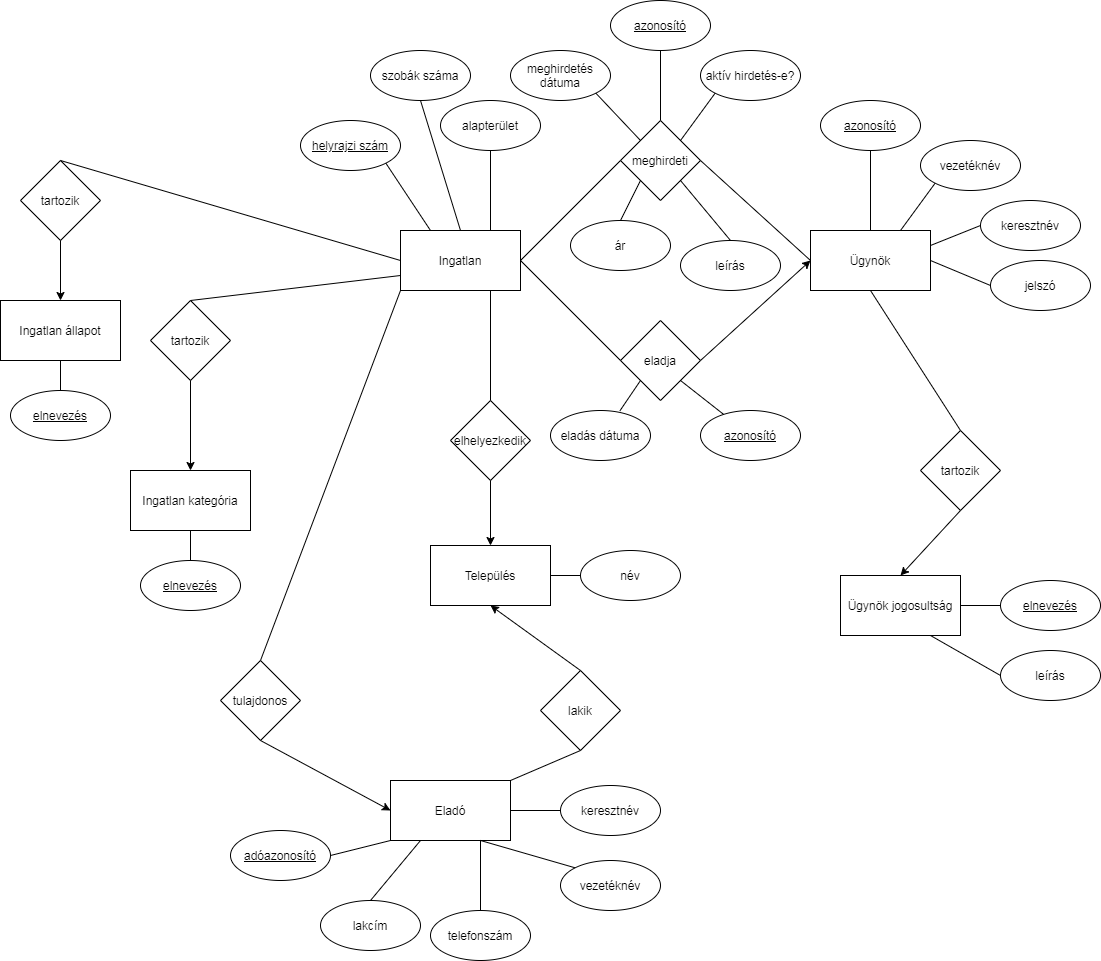
Earlier version of the draw.io export ADATBAZIS/IngatlanCentrumEK.png (MiklosArpad/szakdolgozat). Source tidied: cells renumbered, new cells last; positions are measured from the earlier drawing's top-left corner, leaving out a move shared by most shapes.
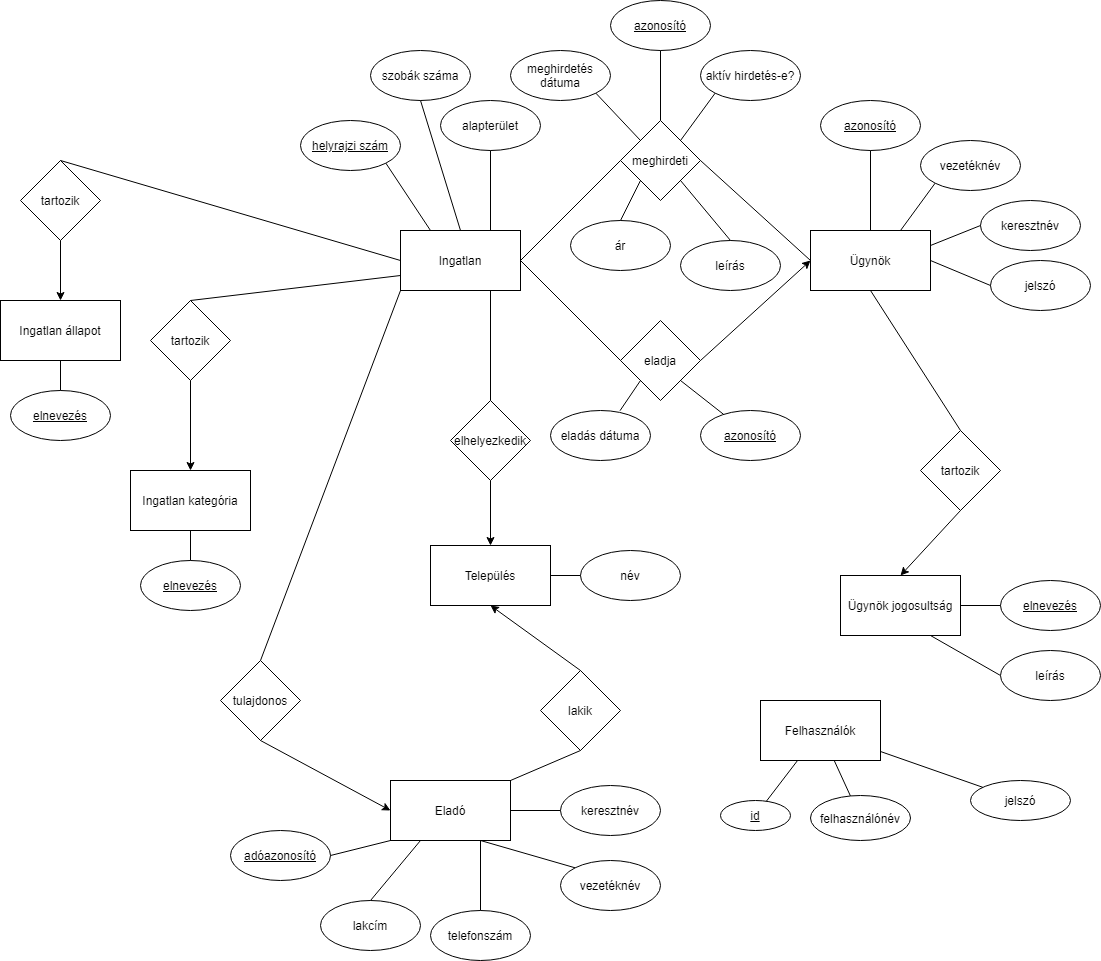
Later version of the same file.

Commit message:
felhasználók felvétele adatbázisba

Change to the diagram source:
```diff
@@ -239,5 +239,26 @@
     <mxCell id="80" style="endArrow=none;html=1;exitX=0.5;exitY=0;exitDx=0;exitDy=0;entryX=0.5;entryY=1;entryDx=0;entryDy=0;" parent="1" edge="1" source="2" target="79">
       <mxGeometry relative="1" as="geometry" />
     </mxCell>
+    <mxCell id="81" value="Felhasználók" style="rounded=0;whiteSpace=wrap;html=1;" parent="1" vertex="1">
+      <mxGeometry x="760" y="700" width="120" height="60" as="geometry" />
+    </mxCell>
+    <mxCell id="82" value="&lt;u&gt;id&lt;/u&gt;" style="ellipse;whiteSpace=wrap;html=1;" parent="1" vertex="1">
+      <mxGeometry x="720" y="800" width="70" height="30" as="geometry" />
+    </mxCell>
+    <mxCell id="83" value="felhasználónév" style="ellipse;whiteSpace=wrap;html=1;" parent="1" vertex="1">
+      <mxGeometry x="810" y="795" width="100" height="45" as="geometry" />
+    </mxCell>
+    <mxCell id="84" value="jelszó" style="ellipse;whiteSpace=wrap;html=1;" parent="1" vertex="1">
+      <mxGeometry x="970" y="780" width="100" height="40" as="geometry" />
+    </mxCell>
+    <mxCell id="85" style="endArrow=none;html=1;" parent="1" edge="1" source="82" target="81">
+      <mxGeometry relative="1" as="geometry" />
+    </mxCell>
+    <mxCell id="86" style="endArrow=none;html=1;" parent="1" edge="1" source="83" target="81">
+      <mxGeometry relative="1" as="geometry" />
+    </mxCell>
+    <mxCell id="87" style="endArrow=none;html=1;" parent="1" edge="1" source="84" target="81">
+      <mxGeometry relative="1" as="geometry" />
+    </mxCell>
   </root>
 </mxGraphModel>
```
